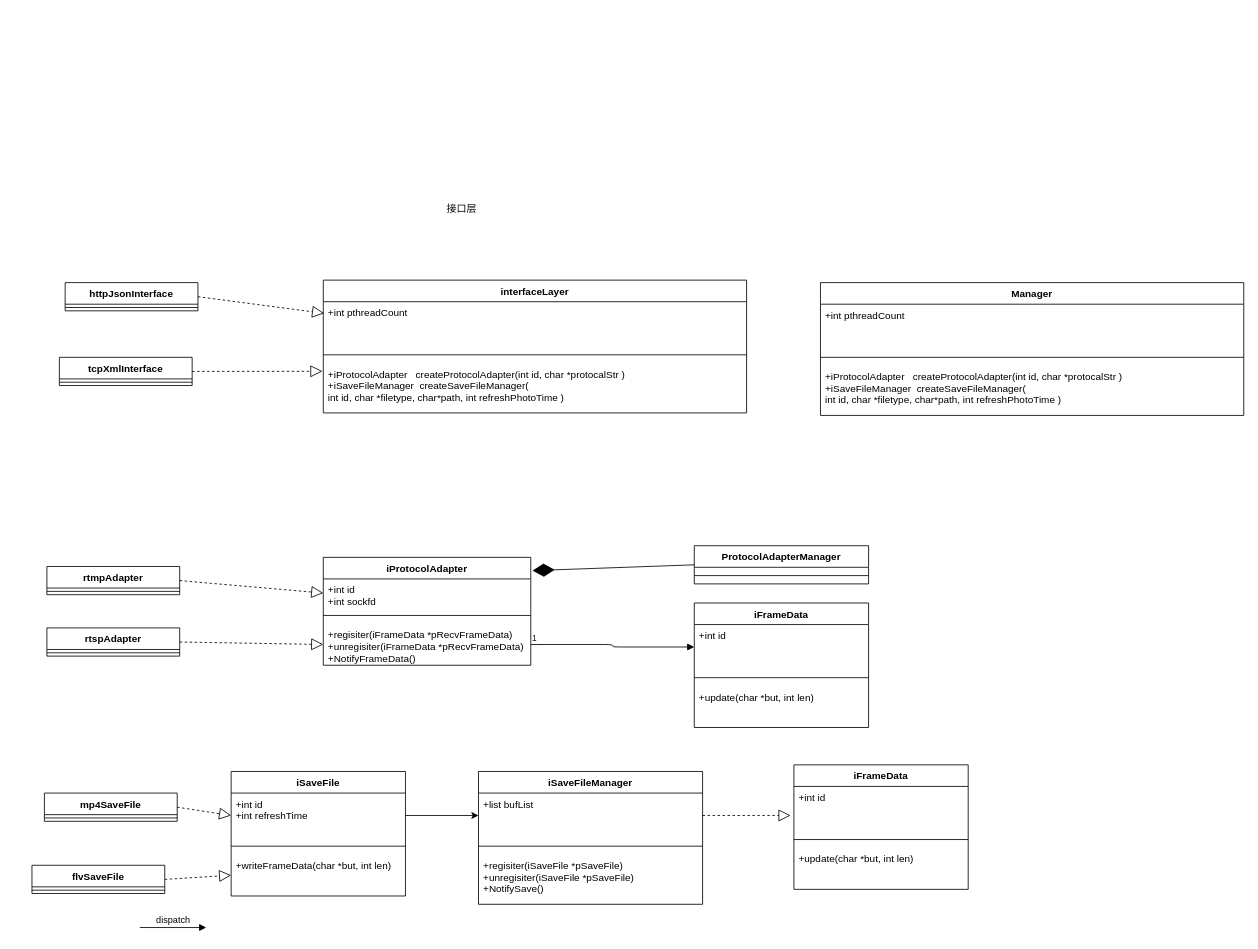
huangPeiLc/drawio keeps this draw.io diagram as 巡课uml.drawio. Above is the earlier version. Source tidied: cells renumbered, new cells numbered last; positions are measured from the earlier drawing's top-left corner, leaving out a move shared by most shapes. Both pictures are drawn from the tidied source at 83%, with x=0, y=0 at pixel (32, 200).
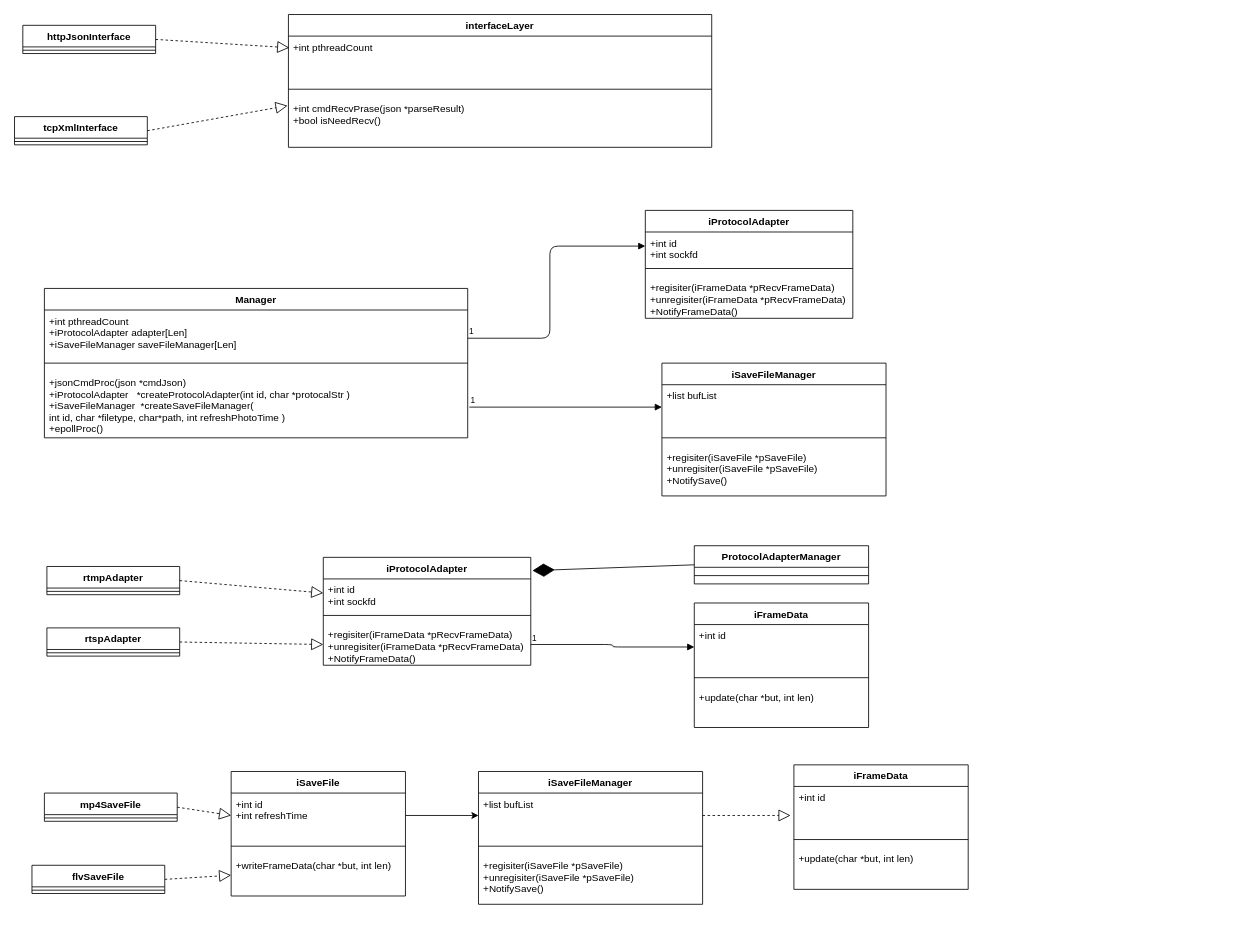
The same diagram, later.

Diff of the diagram source:
```diff
@@
-    <mxCell id="7" value="接口层&lt;br&gt;" style="text;html=1;align=left;verticalAlign=top;spacingTop=-4;" parent="1" vertex="1">
-      <mxGeometry x="498" width="50" height="20" as="geometry" />
-    </mxCell>
@@
     <mxCell id="42" value="Manager" style="swimlane;fontStyle=1;align=center;verticalAlign=top;horizontal=1;startSize=26;" parent="1" vertex="1">
-      <mxGeometry x="950" y="99" width="510" height="160" as="geometry" />
+      <mxGeometry x="15" y="106" width="510" height="180" as="geometry" />
     </mxCell>
-    <mxCell id="43" value="+int pthreadCount&#10;&#10;" style="text;strokeColor=none;fillColor=none;align=left;verticalAlign=top;spacingLeft=4;spacingRight=4;overflow=hidden;" parent="42" vertex="1">
+    <mxCell id="43" value="+int pthreadCount&#10;+iProtocolAdapter adapter[Len]&#10;+iSaveFileManager saveFileManager[Len]&#10;&#10;" style="text;strokeColor=none;fillColor=none;align=left;verticalAlign=top;spacingLeft=4;spacingRight=4;overflow=hidden;" parent="42" vertex="1">
       <mxGeometry y="26" width="510" height="54" as="geometry" />
     </mxCell>
@@
-    <mxCell id="45" value="+iProtocolAdapter   createProtocolAdapter(int id, char *protocalStr )&#10;+iSaveFileManager  createSaveFileManager(&#10;int id, char *filetype, char*path, int refreshPhotoTime )&#10;" style="text;strokeColor=none;fillColor=none;align=left;verticalAlign=top;spacingLeft=4;spacingRight=4;overflow=hidden;" parent="42" vertex="1">
-      <mxGeometry y="100" width="510" height="60" as="geometry" />
+    <mxCell id="45" value="+jsonCmdProc(json *cmdJson)&#10;+iProtocolAdapter   *createProtocolAdapter(int id, char *protocalStr )&#10;+iSaveFileManager  *createSaveFileManager(&#10;int id, char *filetype, char*path, int refreshPhotoTime )&#10;+epollProc()" style="text;strokeColor=none;fillColor=none;align=left;verticalAlign=top;spacingLeft=4;spacingRight=4;overflow=hidden;" parent="42" vertex="1">
+      <mxGeometry y="100" width="510" height="80" as="geometry" />
     </mxCell>
     <mxCell id="46" value="interfaceLayer&#10;" style="swimlane;fontStyle=1;align=center;verticalAlign=top;horizontal=1;startSize=26;" parent="1" vertex="1">
-      <mxGeometry x="351" y="96" width="510" height="160" as="geometry" />
+      <mxGeometry x="309" y="-224" width="510" height="160" as="geometry" />
     </mxCell>
@@
-    <mxCell id="49" value="+iProtocolAdapter   createProtocolAdapter(int id, char *protocalStr )&#10;+iSaveFileManager  createSaveFileManager(&#10;int id, char *filetype, char*path, int refreshPhotoTime )&#10;" style="text;strokeColor=none;fillColor=none;align=left;verticalAlign=top;spacingLeft=4;spacingRight=4;overflow=hidden;points=[[0,0.5],[1,0.5]];portConstraint=eastwest;" parent="46" vertex="1">
+    <mxCell id="49" value="+int cmdRecvPrase(json *parseResult)&#10;+bool isNeedRecv()&#10;" style="text;strokeColor=none;fillColor=none;align=left;verticalAlign=top;spacingLeft=4;spacingRight=4;overflow=hidden;points=[[0,0.5],[1,0.5]];portConstraint=eastwest;" parent="46" vertex="1">
       <mxGeometry y="100" width="510" height="60" as="geometry" />
     </mxCell>
     <mxCell id="50" value="httpJsonInterface&#10;" style="swimlane;fontStyle=1;align=center;verticalAlign=top;horizontal=1;startSize=26;" parent="1" vertex="1">
-      <mxGeometry x="40" y="99" width="160" height="34" as="geometry" />
+      <mxGeometry x="-11" y="-211" width="160" height="34" as="geometry" />
     </mxCell>
@@
     <mxCell id="53" value="tcpXmlInterface&#10;" style="swimlane;fontStyle=1;align=center;verticalAlign=top;horizontal=1;startSize=26;" parent="1" vertex="1">
-      <mxGeometry x="33" y="189" width="160" height="34" as="geometry" />
+      <mxGeometry x="-21" y="-101" width="160" height="34" as="geometry" />
     </mxCell>
@@
-    <mxCell id="56" value="dispatch" style="html=1;verticalAlign=bottom;endArrow=block;" parent="1" edge="1">
-      <mxGeometry relative="1" as="geometry">
-        <mxPoint x="130" y="876" as="sourcePoint" />
-        <mxPoint x="210" y="876" as="targetPoint" />
-      </mxGeometry>
-    </mxCell>
+    <mxCell id="57" style="endArrow=block;endFill=1;html=1;edgeStyle=orthogonalEdgeStyle;align=left;verticalAlign=top;exitX=1;exitY=0.5;exitDx=0;exitDy=0;entryX=0;entryY=0.5;entryDx=0;entryDy=0;" parent="1" edge="1" target="60">
+      <mxGeometry x="-1" relative="1" as="geometry">
+        <mxPoint x="525" y="166" as="sourcePoint" />
+        <Array as="points">
+          <mxPoint x="624" y="166" />
+          <mxPoint x="624" y="55" />
+        </Array>
+      </mxGeometry>
+    </mxCell>
+    <mxCell id="58" value="1" style="html=1;align=left;verticalAlign=bottom;labelBackgroundColor=#ffffff;fontSize=10;" parent="57" vertex="1">
+      <mxGeometry x="-1" relative="1" as="geometry" />
+    </mxCell>
+    <mxCell id="59" value="iProtocolAdapter&#10;" style="swimlane;fontStyle=1;align=center;verticalAlign=top;horizontal=1;startSize=26;" parent="1" vertex="1">
+      <mxGeometry x="739" y="12" width="250" height="130" as="geometry" />
+    </mxCell>
+    <mxCell id="60" value="+int id&#10;+int sockfd" style="text;strokeColor=none;fillColor=none;align=left;verticalAlign=top;spacingLeft=4;spacingRight=4;overflow=hidden;points=[[0,0.5],[1,0.5]];portConstraint=eastwest;" parent="59" vertex="1">
+      <mxGeometry y="26" width="250" height="34" as="geometry" />
+    </mxCell>
+    <mxCell id="61" style="line;strokeWidth=1;fillColor=none;align=left;verticalAlign=middle;spacingTop=-1;spacingLeft=3;spacingRight=3;labelPosition=right;" parent="59" vertex="1">
+      <mxGeometry y="60" width="250" height="20" as="geometry" />
+    </mxCell>
+    <mxCell id="62" value="+regisiter(iFrameData *pRecvFrameData)&#10;+unregisiter(iFrameData *pRecvFrameData)&#10;+NotifyFrameData()" style="text;strokeColor=none;fillColor=none;align=left;verticalAlign=top;spacingLeft=4;spacingRight=4;overflow=hidden;" parent="59" vertex="1">
+      <mxGeometry y="80" width="250" height="50" as="geometry" />
+    </mxCell>
+    <mxCell id="63" value="iSaveFileManager&#10;" style="swimlane;fontStyle=1;align=center;verticalAlign=top;horizontal=1;startSize=26;" parent="1" vertex="1">
+      <mxGeometry x="759" y="196" width="270" height="160" as="geometry" />
+    </mxCell>
+    <mxCell id="64" value="+list bufList&#10;" style="text;strokeColor=none;fillColor=none;align=left;verticalAlign=top;spacingLeft=4;spacingRight=4;overflow=hidden;points=[[0,0.5],[1,0.5]];portConstraint=eastwest;" parent="63" vertex="1">
+      <mxGeometry y="26" width="270" height="54" as="geometry" />
+    </mxCell>
+    <mxCell id="65" style="line;strokeWidth=1;fillColor=none;align=left;verticalAlign=middle;spacingTop=-1;spacingLeft=3;spacingRight=3;labelPosition=right;" parent="63" vertex="1">
+      <mxGeometry y="80" width="270" height="20" as="geometry" />
+    </mxCell>
+    <mxCell id="66" value="+regisiter(iSaveFile *pSaveFile)&#10;+unregisiter(iSaveFile *pSaveFile)&#10;+NotifySave()" style="text;strokeColor=none;fillColor=none;align=left;verticalAlign=top;spacingLeft=4;spacingRight=4;overflow=hidden;" parent="63" vertex="1">
+      <mxGeometry y="100" width="270" height="60" as="geometry" />
+    </mxCell>
+    <mxCell id="67" style="endArrow=block;endFill=1;html=1;edgeStyle=orthogonalEdgeStyle;align=left;verticalAlign=top;entryX=0;entryY=0.5;entryDx=0;entryDy=0;" parent="1" edge="1" target="64">
+      <mxGeometry x="-1" relative="1" as="geometry">
+        <mxPoint x="527" y="249" as="sourcePoint" />
+        <Array as="points">
+          <mxPoint x="527" y="249" />
+        </Array>
+      </mxGeometry>
+    </mxCell>
+    <mxCell id="68" value="1" style="html=1;align=left;verticalAlign=bottom;labelBackgroundColor=#ffffff;fontSize=10;" parent="67" vertex="1">
+      <mxGeometry x="-1" relative="1" as="geometry" />
+    </mxCell>
```
